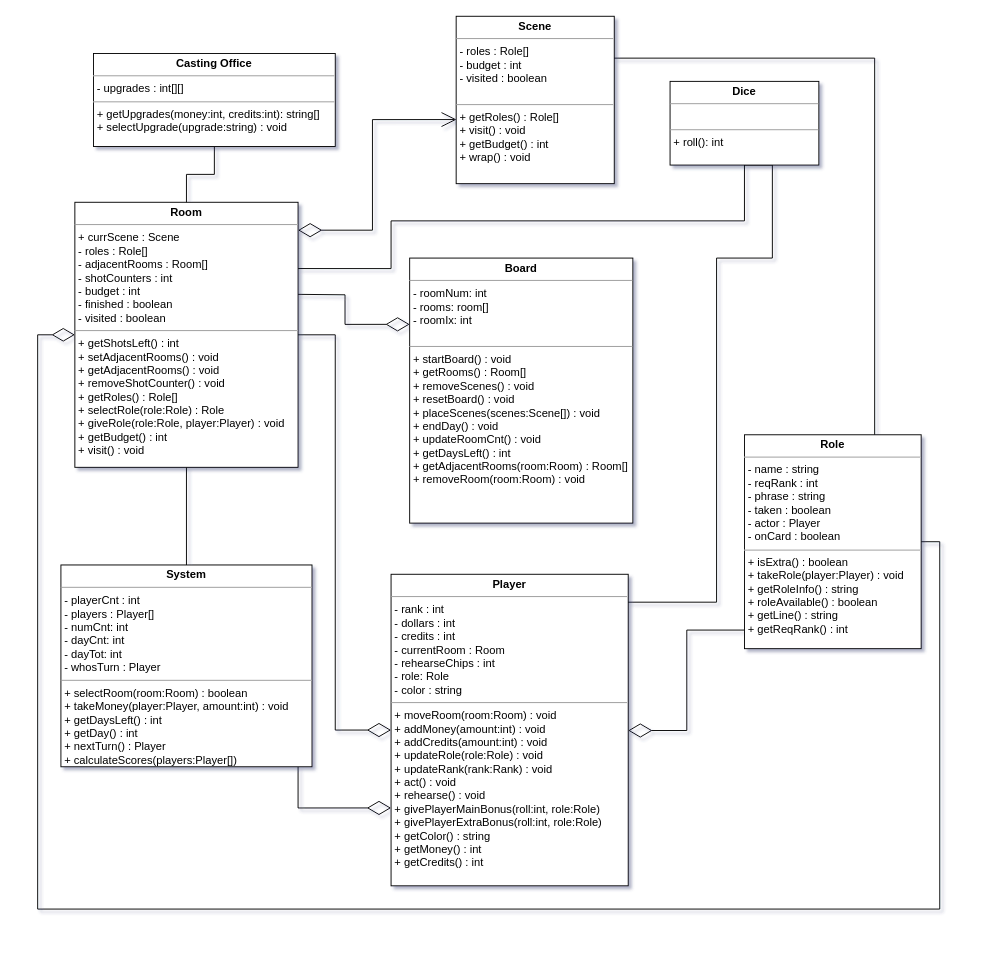
Above: classDiagram.drawio in greert2/Deadwood (draw.io), before the change. Source tidied: cells renumbered, new cells numbered last; positions are measured from the earlier drawing's top-left corner, leaving out a move shared by most shapes. Both pictures are drawn from the tidied source at 93%, with x=0, y=0 at pixel (37, 16).
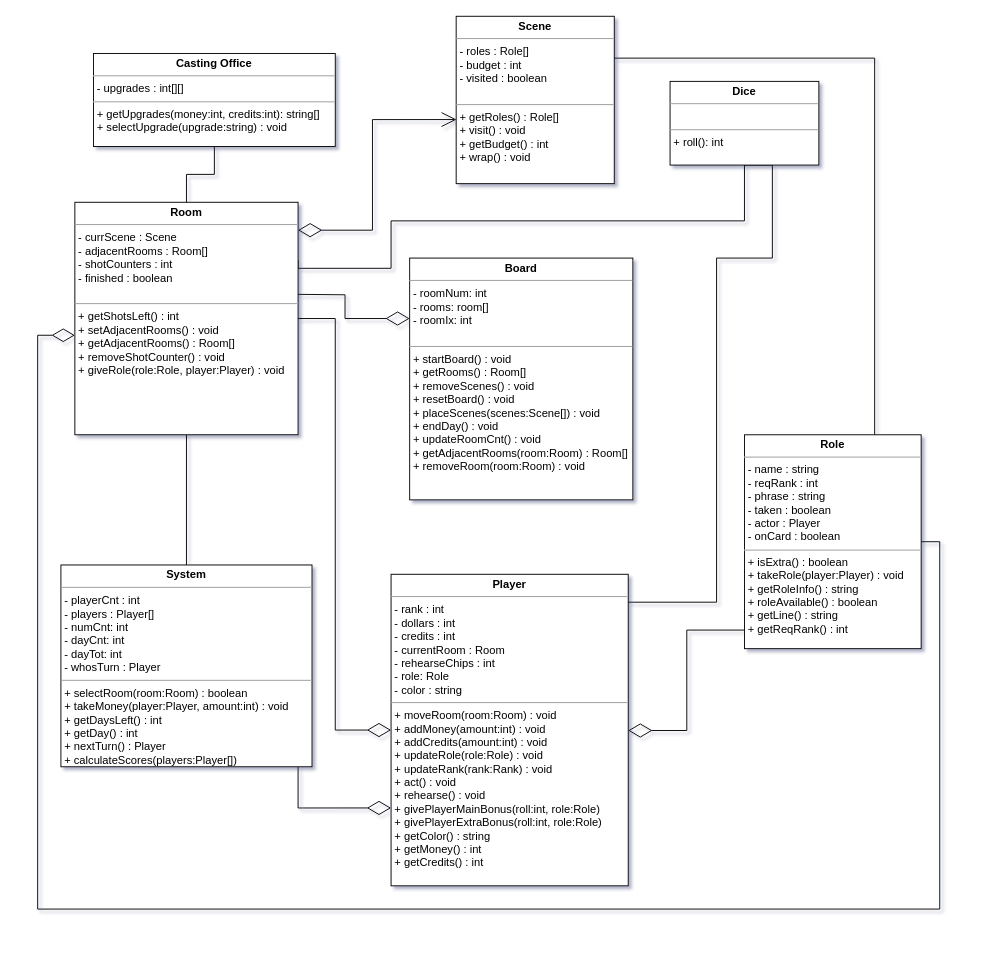
After the change.

Change to the diagram source:
```diff
@@
-    <mxCell id="6" value="&lt;p style=&quot;margin: 0px ; margin-top: 4px ; text-align: center&quot;&gt;&lt;b&gt;Board&lt;/b&gt;&lt;/p&gt;&lt;hr size=&quot;1&quot;&gt;&lt;p style=&quot;margin: 0px ; margin-left: 4px&quot;&gt;- roomNum: int&lt;/p&gt;&lt;p style=&quot;margin: 0px ; margin-left: 4px&quot;&gt;- rooms: room[]&lt;/p&gt;&lt;p style=&quot;margin: 0px ; margin-left: 4px&quot;&gt;- roomIx: int&lt;/p&gt;&lt;br&gt;&lt;hr size=&quot;1&quot;&gt;&lt;p style=&quot;margin: 0px ; margin-left: 4px&quot;&gt;+ startBoard() : void&lt;/p&gt;&lt;p style=&quot;margin: 0px ; margin-left: 4px&quot;&gt;+ getRooms() : Room[]&lt;/p&gt;&lt;p style=&quot;margin: 0px 0px 0px 4px&quot;&gt;+ removeScenes() : void&lt;/p&gt;&lt;p style=&quot;margin: 0px 0px 0px 4px&quot;&gt;+ resetBoard() : void&lt;/p&gt;&lt;p style=&quot;margin: 0px 0px 0px 4px&quot;&gt;+ placeScenes(scenes:Scene[]) : void&lt;/p&gt;&lt;p style=&quot;margin: 0px 0px 0px 4px&quot;&gt;&lt;span&gt;+ endDay() : void&lt;/span&gt;&lt;/p&gt;&lt;p style=&quot;margin: 0px 0px 0px 4px&quot;&gt;&lt;span&gt;+ updateRoomCnt() : void&lt;/span&gt;&lt;/p&gt;&lt;p style=&quot;margin: 0px 0px 0px 4px&quot;&gt;&lt;span&gt;+ getDaysLeft() : int&lt;/span&gt;&lt;/p&gt;&lt;p style=&quot;margin: 0px 0px 0px 4px&quot;&gt;&lt;span&gt;+ getAdjacentRooms(room:Room) : Room[]&lt;/span&gt;&lt;/p&gt;&lt;p style=&quot;margin: 0px 0px 0px 4px&quot;&gt;&lt;span&gt;+ removeRoom(room:Room) : void&lt;/span&gt;&lt;/p&gt;&lt;p&gt;&lt;br&gt;&lt;/p&gt;" style="verticalAlign=top;align=left;overflow=fill;fontSize=12;fontFamily=Helvetica;html=1;" parent="1" vertex="1">
-      <mxGeometry x="400" y="260" width="240" height="285" as="geometry" />
+    <mxCell id="6" value="&lt;p style=&quot;margin: 0px ; margin-top: 4px ; text-align: center&quot;&gt;&lt;b&gt;Board&lt;/b&gt;&lt;/p&gt;&lt;hr size=&quot;1&quot;&gt;&lt;p style=&quot;margin: 0px ; margin-left: 4px&quot;&gt;- roomNum: int&lt;/p&gt;&lt;p style=&quot;margin: 0px ; margin-left: 4px&quot;&gt;- rooms: room[]&lt;/p&gt;&lt;p style=&quot;margin: 0px ; margin-left: 4px&quot;&gt;- roomIx: int&lt;/p&gt;&lt;br&gt;&lt;hr size=&quot;1&quot;&gt;&lt;p style=&quot;margin: 0px ; margin-left: 4px&quot;&gt;+ startBoard() : void&lt;/p&gt;&lt;p style=&quot;margin: 0px ; margin-left: 4px&quot;&gt;+ getRooms() : Room[]&lt;/p&gt;&lt;p style=&quot;margin: 0px 0px 0px 4px&quot;&gt;+ removeScenes() : void&lt;/p&gt;&lt;p style=&quot;margin: 0px 0px 0px 4px&quot;&gt;+ resetBoard() : void&lt;/p&gt;&lt;p style=&quot;margin: 0px 0px 0px 4px&quot;&gt;+ placeScenes(scenes:Scene[]) : void&lt;/p&gt;&lt;p style=&quot;margin: 0px 0px 0px 4px&quot;&gt;&lt;span&gt;+ endDay() : void&lt;/span&gt;&lt;/p&gt;&lt;p style=&quot;margin: 0px 0px 0px 4px&quot;&gt;&lt;span&gt;+ updateRoomCnt() : void&lt;/span&gt;&lt;/p&gt;&lt;p style=&quot;margin: 0px 0px 0px 4px&quot;&gt;&lt;span&gt;+ getAdjacentRooms(room:Room) : Room[]&lt;/span&gt;&lt;/p&gt;&lt;p style=&quot;margin: 0px 0px 0px 4px&quot;&gt;&lt;span&gt;+ removeRoom(room:Room) : void&lt;/span&gt;&lt;/p&gt;&lt;p&gt;&lt;br&gt;&lt;/p&gt;" style="verticalAlign=top;align=left;overflow=fill;fontSize=12;fontFamily=Helvetica;html=1;" parent="1" vertex="1">
+      <mxGeometry x="400" y="260" width="240" height="260" as="geometry" />
     </mxCell>
@@
-    <mxCell id="14" value="&lt;p style=&quot;margin: 0px ; margin-top: 4px ; text-align: center&quot;&gt;&lt;b&gt;Room&lt;/b&gt;&lt;/p&gt;&lt;hr size=&quot;1&quot;&gt;&lt;p style=&quot;margin: 0px ; margin-left: 4px&quot;&gt;+ currScene : Scene&lt;/p&gt;&lt;p style=&quot;margin: 0px ; margin-left: 4px&quot;&gt;- roles : Role[]&lt;/p&gt;&lt;p style=&quot;margin: 0px ; margin-left: 4px&quot;&gt;- adjacentRooms : Room[]&lt;/p&gt;&lt;p style=&quot;margin: 0px ; margin-left: 4px&quot;&gt;- shotCounters : int&lt;br&gt;&lt;/p&gt;&lt;p style=&quot;margin: 0px ; margin-left: 4px&quot;&gt;- budget : int&lt;/p&gt;&lt;p style=&quot;margin: 0px ; margin-left: 4px&quot;&gt;- finished : boolean&lt;/p&gt;&lt;p style=&quot;margin: 0px ; margin-left: 4px&quot;&gt;- visited : boolean&lt;/p&gt;&lt;hr size=&quot;1&quot;&gt;&lt;p style=&quot;margin: 0px ; margin-left: 4px&quot;&gt;&lt;span&gt;+ getShotsLeft() : int&lt;/span&gt;&lt;br&gt;&lt;/p&gt;&lt;p style=&quot;margin: 0px ; margin-left: 4px&quot;&gt;+ setAdjacentRooms() : void&lt;/p&gt;&lt;p style=&quot;margin: 0px ; margin-left: 4px&quot;&gt;+ getAdjacentRooms() : void&lt;/p&gt;&lt;p style=&quot;margin: 0px ; margin-left: 4px&quot;&gt;+ removeShotCounter() : void&lt;/p&gt;&lt;p style=&quot;margin: 0px ; margin-left: 4px&quot;&gt;+ getRoles() : Role[]&lt;/p&gt;&lt;p style=&quot;margin: 0px ; margin-left: 4px&quot;&gt;+ selectRole(role:Role) : Role&lt;/p&gt;&lt;p style=&quot;margin: 0px ; margin-left: 4px&quot;&gt;+ giveRole(role:Role, player:Player) : void&lt;/p&gt;&lt;p style=&quot;margin: 0px ; margin-left: 4px&quot;&gt;+ getBudget() : int&lt;/p&gt;&lt;p style=&quot;margin: 0px ; margin-left: 4px&quot;&gt;+ visit() : void&lt;/p&gt;" style="verticalAlign=top;align=left;overflow=fill;fontSize=12;fontFamily=Helvetica;html=1;" parent="1" vertex="1">
-      <mxGeometry x="40" y="200" width="240" height="285" as="geometry" />
+    <mxCell id="14" value="&lt;p style=&quot;margin: 0px ; margin-top: 4px ; text-align: center&quot;&gt;&lt;b&gt;Room&lt;/b&gt;&lt;/p&gt;&lt;hr size=&quot;1&quot;&gt;&lt;p style=&quot;margin: 0px ; margin-left: 4px&quot;&gt;- currScene : Scene&lt;/p&gt;&lt;p style=&quot;margin: 0px ; margin-left: 4px&quot;&gt;- adjacentRooms : Room[]&lt;/p&gt;&lt;p style=&quot;margin: 0px ; margin-left: 4px&quot;&gt;- shotCounters : int&lt;/p&gt;&lt;p style=&quot;margin: 0px ; margin-left: 4px&quot;&gt;- finished : boolean&lt;/p&gt;&lt;p style=&quot;margin: 0px ; margin-left: 4px&quot;&gt;&lt;br&gt;&lt;/p&gt;&lt;hr size=&quot;1&quot;&gt;&lt;p style=&quot;margin: 0px ; margin-left: 4px&quot;&gt;&lt;span&gt;+ getShotsLeft() : int&lt;/span&gt;&lt;br&gt;&lt;/p&gt;&lt;p style=&quot;margin: 0px ; margin-left: 4px&quot;&gt;+ setAdjacentRooms() : void&lt;/p&gt;&lt;p style=&quot;margin: 0px ; margin-left: 4px&quot;&gt;+ getAdjacentRooms() : Room[]&lt;/p&gt;&lt;p style=&quot;margin: 0px ; margin-left: 4px&quot;&gt;+ removeShotCounter() : void&lt;/p&gt;&lt;p style=&quot;margin: 0px ; margin-left: 4px&quot;&gt;+ giveRole(role:Role, player:Player) : void&lt;/p&gt;" style="verticalAlign=top;align=left;overflow=fill;fontSize=12;fontFamily=Helvetica;html=1;" parent="1" vertex="1">
+      <mxGeometry x="40" y="200" width="240" height="250" as="geometry" />
     </mxCell>
```
